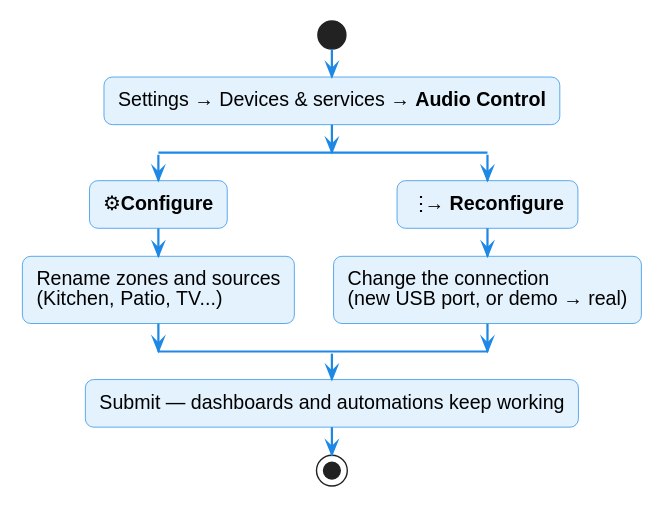
Earlier version of the PlantUML export docs/assets/diagrams/names-settings.svg (mcjelcom/ha-audio-control). Its source is kept beside it as docs/diagrams/names-settings.puml.
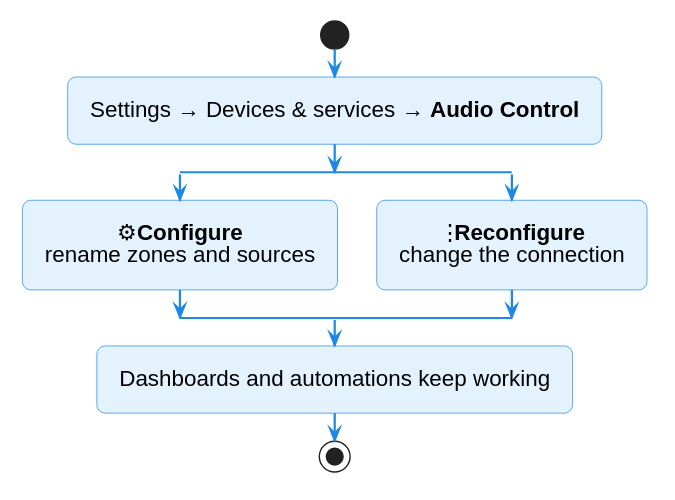
The same diagram one commit later.

Change to the diagram source:
```diff
@@ -3,12 +3,10 @@
 start
 :Settings → Devices & services → **Audio Control**;
 split
-  :⚙ **Configure**;
-  :Rename zones and sources\n(Kitchen, Patio, TV...);
+  :⚙ **Configure**\nrename zones and sources;
 split again
-  :⋮ → **Reconfigure**;
-  :Change the connection\n(new USB port, or demo → real);
+  :⋮ **Reconfigure**\nchange the connection;
 end split
-:Submit — dashboards and automations keep working;
+:Dashboards and automations keep working;
 stop
 @enduml
```
